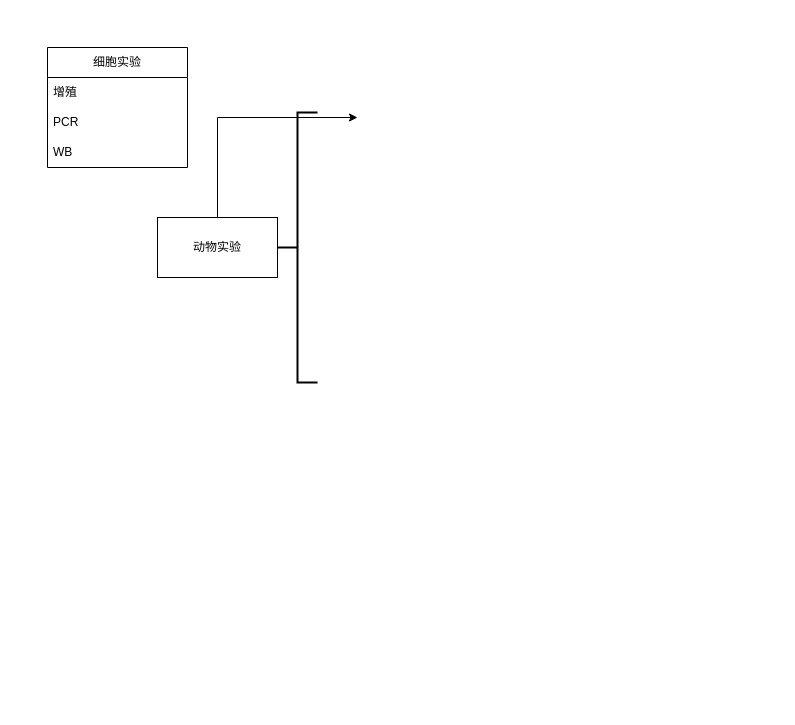
Above: ELF3技术路线.drawio in doctorchenzx/ELF3-project (draw.io), before the change. Source tidied: cells renumbered, new cells numbered last; positions are measured from the earlier drawing's top-left corner, leaving out a move shared by most shapes. Both pictures are drawn from the tidied source at 100%, with x=0, y=0 at pixel (47, 47).
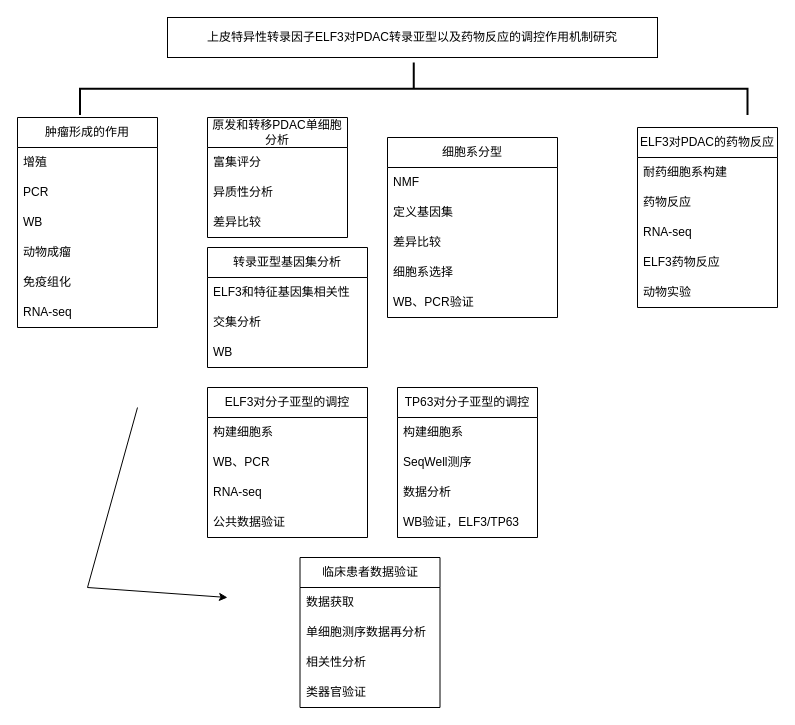
The same page after the edit.

Commit message:
更新ELF3技术路线.drawio

The edit, as a diff of the source:
```diff
@@
-    <mxCell id="2" value="动物实验" style="rounded=0;whiteSpace=wrap;html=1;" parent="1" vertex="1">
-      <mxGeometry x="110" y="170" width="120" height="60" as="geometry" />
+    <mxCell id="2" value="上皮特异性转录因子ELF3对PDAC转录亚型以及药物反应的调控作用机制研究" style="rounded=0;whiteSpace=wrap;html=1;" parent="1" vertex="1">
+      <mxGeometry x="120" y="-30" width="490" height="40" as="geometry" />
     </mxCell>
-    <mxCell id="3" style="endArrow=classic;html=1;rounded=0;exitX=0.5;exitY=0;exitDx=0;exitDy=0;" parent="1" edge="1" source="2">
+    <mxCell id="3" style="endArrow=classic;html=1;rounded=0;" parent="1" edge="1">
       <mxGeometry relative="1" as="geometry">
-        <mxPoint x="310" y="70" as="targetPoint" />
+        <mxPoint x="90" y="360" as="sourcePoint" />
+        <mxPoint x="180" y="550" as="targetPoint" />
         <Array as="points">
-          <mxPoint x="170" y="70" />
+          <mxPoint x="40" y="540" />
         </Array>
       </mxGeometry>
     </mxCell>
-    <mxCell id="4" value="细胞实验" style="swimlane;fontStyle=0;horizontal=1;startSize=30;whiteSpace=wrap;html=1;" parent="1" vertex="1">
-      <mxGeometry width="140" height="120" as="geometry" />
+    <mxCell id="4" value="肿瘤形成的作用" style="swimlane;fontStyle=0;horizontal=1;startSize=30;whiteSpace=wrap;html=1;" parent="1" vertex="1">
+      <mxGeometry x="-30" y="70" width="140" height="210" as="geometry" />
     </mxCell>
@@
+    <mxCell id="9" value="动物成瘤" style="text;strokeColor=none;fillColor=none;align=left;verticalAlign=middle;spacingLeft=4;spacingRight=4;overflow=hidden;whiteSpace=wrap;html=1;" parent="4" vertex="1">
+      <mxGeometry y="120" width="140" height="30" as="geometry" />
+    </mxCell>
+    <mxCell id="10" value="免疫组化" style="text;strokeColor=none;fillColor=none;align=left;verticalAlign=middle;spacingLeft=4;spacingRight=4;overflow=hidden;whiteSpace=wrap;html=1;" parent="4" vertex="1">
+      <mxGeometry y="150" width="140" height="30" as="geometry" />
+    </mxCell>
+    <mxCell id="11" value="RNA-seq" style="text;strokeColor=none;fillColor=none;align=left;verticalAlign=middle;spacingLeft=4;spacingRight=4;overflow=hidden;whiteSpace=wrap;html=1;" parent="4" vertex="1">
+      <mxGeometry y="180" width="140" height="30" as="geometry" />
+    </mxCell>
-    <mxCell id="8" style="strokeWidth=2;html=1;shape=mxgraph.flowchart.annotation_2;align=left;labelPosition=right;" parent="1" vertex="1">
-      <mxGeometry x="230" y="65" width="40" height="270" as="geometry" />
+    <mxCell id="8" style="strokeWidth=2;html=1;shape=mxgraph.flowchart.annotation_2;align=left;labelPosition=right;rotation=90;" parent="1" vertex="1">
+      <mxGeometry x="340" y="-292.5" width="52.5" height="667.5" as="geometry" />
     </mxCell>
+    <mxCell id="12" value="转录亚型基因集分析" style="swimlane;fontStyle=0;horizontal=1;startSize=30;whiteSpace=wrap;html=1;" parent="1" vertex="1">
+      <mxGeometry x="160" y="200" width="160" height="120" as="geometry" />
+    </mxCell>
+    <mxCell id="13" value="ELF3和特征基因集相关性" style="text;strokeColor=none;fillColor=none;align=left;verticalAlign=middle;spacingLeft=4;spacingRight=4;overflow=hidden;whiteSpace=wrap;html=1;" parent="12" vertex="1">
+      <mxGeometry y="30" width="160" height="30" as="geometry" />
+    </mxCell>
+    <mxCell id="14" value="交集分析" style="text;strokeColor=none;fillColor=none;align=left;verticalAlign=middle;spacingLeft=4;spacingRight=4;overflow=hidden;whiteSpace=wrap;html=1;" parent="12" vertex="1">
+      <mxGeometry y="60" width="160" height="30" as="geometry" />
+    </mxCell>
+    <mxCell id="15" value="WB" style="text;strokeColor=none;fillColor=none;align=left;verticalAlign=middle;spacingLeft=4;spacingRight=4;overflow=hidden;whiteSpace=wrap;html=1;" parent="12" vertex="1">
+      <mxGeometry y="90" width="160" height="30" as="geometry" />
+    </mxCell>
+    <mxCell id="16" value="ELF3对PDAC的药物反应" style="swimlane;fontStyle=0;horizontal=1;startSize=30;whiteSpace=wrap;html=1;" parent="1" vertex="1">
+      <mxGeometry x="590" y="80" width="140" height="180" as="geometry" />
+    </mxCell>
+    <mxCell id="17" value="&lt;div&gt;&lt;span style=&quot;background-color: transparent; color: light-dark(rgb(0, 0, 0), rgb(255, 255, 255));&quot;&gt;耐药细胞系构建&lt;/span&gt;&lt;/div&gt;" style="text;strokeColor=none;fillColor=none;align=left;verticalAlign=middle;spacingLeft=4;spacingRight=4;overflow=hidden;whiteSpace=wrap;html=1;" parent="16" vertex="1">
+      <mxGeometry y="30" width="140" height="30" as="geometry" />
+    </mxCell>
+    <mxCell id="18" value="药物反应" style="text;strokeColor=none;fillColor=none;align=left;verticalAlign=middle;spacingLeft=4;spacingRight=4;overflow=hidden;whiteSpace=wrap;html=1;" parent="16" vertex="1">
+      <mxGeometry y="60" width="140" height="30" as="geometry" />
+    </mxCell>
+    <mxCell id="19" value="RNA-seq" style="text;strokeColor=none;fillColor=none;align=left;verticalAlign=middle;spacingLeft=4;spacingRight=4;overflow=hidden;whiteSpace=wrap;html=1;" parent="16" vertex="1">
+      <mxGeometry y="90" width="140" height="30" as="geometry" />
+    </mxCell>
+    <mxCell id="20" value="ELF3药物反应" style="text;strokeColor=none;fillColor=none;align=left;verticalAlign=middle;spacingLeft=4;spacingRight=4;overflow=hidden;whiteSpace=wrap;html=1;" parent="16" vertex="1">
+      <mxGeometry y="120" width="140" height="30" as="geometry" />
+    </mxCell>
+    <mxCell id="21" value="动物实验" style="text;strokeColor=none;fillColor=none;align=left;verticalAlign=middle;spacingLeft=4;spacingRight=4;overflow=hidden;whiteSpace=wrap;html=1;" parent="16" vertex="1">
+      <mxGeometry y="150" width="140" height="30" as="geometry" />
+    </mxCell>
+    <mxCell id="22" value="细胞系分型" style="swimlane;fontStyle=0;horizontal=1;startSize=30;whiteSpace=wrap;html=1;" parent="1" vertex="1">
+      <mxGeometry x="340" y="90" width="170" height="180" as="geometry" />
+    </mxCell>
+    <mxCell id="23" value="NMF" style="text;strokeColor=none;fillColor=none;align=left;verticalAlign=middle;spacingLeft=4;spacingRight=4;overflow=hidden;whiteSpace=wrap;html=1;" parent="22" vertex="1">
+      <mxGeometry y="30" width="170" height="30" as="geometry" />
+    </mxCell>
+    <mxCell id="24" value="定义基因集" style="text;strokeColor=none;fillColor=none;align=left;verticalAlign=middle;spacingLeft=4;spacingRight=4;overflow=hidden;whiteSpace=wrap;html=1;" parent="22" vertex="1">
+      <mxGeometry y="60" width="170" height="30" as="geometry" />
+    </mxCell>
+    <mxCell id="25" value="差异比较" style="text;strokeColor=none;fillColor=none;align=left;verticalAlign=middle;spacingLeft=4;spacingRight=4;overflow=hidden;whiteSpace=wrap;html=1;" parent="22" vertex="1">
+      <mxGeometry y="90" width="170" height="30" as="geometry" />
+    </mxCell>
+    <mxCell id="26" value="细胞系选择" style="text;strokeColor=none;fillColor=none;align=left;verticalAlign=middle;spacingLeft=4;spacingRight=4;overflow=hidden;whiteSpace=wrap;html=1;" parent="22" vertex="1">
+      <mxGeometry y="120" width="170" height="30" as="geometry" />
+    </mxCell>
+    <mxCell id="27" value="WB、PCR验证" style="text;strokeColor=none;fillColor=none;align=left;verticalAlign=middle;spacingLeft=4;spacingRight=4;overflow=hidden;whiteSpace=wrap;html=1;" parent="22" vertex="1">
+      <mxGeometry y="150" width="170" height="30" as="geometry" />
+    </mxCell>
+    <mxCell id="28" value="TP63对分子亚型的调控" style="swimlane;fontStyle=0;horizontal=1;startSize=30;whiteSpace=wrap;html=1;" parent="1" vertex="1">
+      <mxGeometry x="350" y="340" width="140" height="150" as="geometry" />
+    </mxCell>
+    <mxCell id="29" value="构建细胞系" style="text;strokeColor=none;fillColor=none;align=left;verticalAlign=middle;spacingLeft=4;spacingRight=4;overflow=hidden;whiteSpace=wrap;html=1;" parent="28" vertex="1">
+      <mxGeometry y="30" width="140" height="30" as="geometry" />
+    </mxCell>
+    <mxCell id="30" value="SeqWell测序" style="text;strokeColor=none;fillColor=none;align=left;verticalAlign=middle;spacingLeft=4;spacingRight=4;overflow=hidden;whiteSpace=wrap;html=1;" parent="28" vertex="1">
+      <mxGeometry y="60" width="140" height="30" as="geometry" />
+    </mxCell>
+    <mxCell id="31" value="数据分析" style="text;strokeColor=none;fillColor=none;align=left;verticalAlign=middle;spacingLeft=4;spacingRight=4;overflow=hidden;whiteSpace=wrap;html=1;" parent="28" vertex="1">
+      <mxGeometry y="90" width="140" height="30" as="geometry" />
+    </mxCell>
+    <mxCell id="32" value="WB验证，ELF3/TP63" style="text;strokeColor=none;fillColor=none;align=left;verticalAlign=middle;spacingLeft=4;spacingRight=4;overflow=hidden;whiteSpace=wrap;html=1;" parent="28" vertex="1">
+      <mxGeometry y="120" width="140" height="30" as="geometry" />
+    </mxCell>
+    <mxCell id="33" value="临床患者数据验证" style="swimlane;fontStyle=0;horizontal=1;startSize=30;whiteSpace=wrap;html=1;" parent="1" vertex="1">
+      <mxGeometry x="252.5" y="510" width="140" height="150" as="geometry" />
+    </mxCell>
+    <mxCell id="34" value="数据获取" style="text;strokeColor=none;fillColor=none;align=left;verticalAlign=middle;spacingLeft=4;spacingRight=4;overflow=hidden;whiteSpace=wrap;html=1;" parent="33" vertex="1">
+      <mxGeometry y="30" width="140" height="30" as="geometry" />
+    </mxCell>
+    <mxCell id="35" value="单细胞测序数据再分析" style="text;strokeColor=none;fillColor=none;align=left;verticalAlign=middle;spacingLeft=4;spacingRight=4;overflow=hidden;whiteSpace=wrap;html=1;" parent="33" vertex="1">
+      <mxGeometry y="60" width="140" height="30" as="geometry" />
+    </mxCell>
+    <mxCell id="36" value="相关性分析" style="text;strokeColor=none;fillColor=none;align=left;verticalAlign=middle;spacingLeft=4;spacingRight=4;overflow=hidden;whiteSpace=wrap;html=1;" parent="33" vertex="1">
+      <mxGeometry y="90" width="140" height="30" as="geometry" />
+    </mxCell>
+    <mxCell id="37" value="类器官验证" style="text;strokeColor=none;fillColor=none;align=left;verticalAlign=middle;spacingLeft=4;spacingRight=4;overflow=hidden;whiteSpace=wrap;html=1;" parent="33" vertex="1">
+      <mxGeometry y="120" width="140" height="30" as="geometry" />
+    </mxCell>
+    <mxCell id="38" value="原发和转移PDAC单细胞分析" style="swimlane;fontStyle=0;horizontal=1;startSize=30;whiteSpace=wrap;html=1;" parent="1" vertex="1">
+      <mxGeometry x="160" y="70" width="140" height="120" as="geometry" />
+    </mxCell>
+    <mxCell id="39" value="&lt;div&gt;&lt;span style=&quot;background-color: transparent; color: light-dark(rgb(0, 0, 0), rgb(255, 255, 255));&quot;&gt;富集评分&lt;/span&gt;&lt;/div&gt;" style="text;strokeColor=none;fillColor=none;align=left;verticalAlign=middle;spacingLeft=4;spacingRight=4;overflow=hidden;whiteSpace=wrap;html=1;" parent="38" vertex="1">
+      <mxGeometry y="30" width="140" height="30" as="geometry" />
+    </mxCell>
+    <mxCell id="40" value="异质性分析" style="text;strokeColor=none;fillColor=none;align=left;verticalAlign=middle;spacingLeft=4;spacingRight=4;overflow=hidden;whiteSpace=wrap;html=1;" parent="38" vertex="1">
+      <mxGeometry y="60" width="140" height="30" as="geometry" />
+    </mxCell>
+    <mxCell id="41" value="差异比较" style="text;strokeColor=none;fillColor=none;align=left;verticalAlign=middle;spacingLeft=4;spacingRight=4;overflow=hidden;whiteSpace=wrap;html=1;" parent="38" vertex="1">
+      <mxGeometry y="90" width="140" height="30" as="geometry" />
+    </mxCell>
+    <mxCell id="42" value="ELF3对分子亚型的调控" style="swimlane;fontStyle=0;horizontal=1;startSize=30;whiteSpace=wrap;html=1;" parent="1" vertex="1">
+      <mxGeometry x="160" y="340" width="160" height="150" as="geometry" />
+    </mxCell>
+    <mxCell id="43" value="构建细胞系" style="text;strokeColor=none;fillColor=none;align=left;verticalAlign=middle;spacingLeft=4;spacingRight=4;overflow=hidden;whiteSpace=wrap;html=1;" parent="42" vertex="1">
+      <mxGeometry y="30" width="160" height="30" as="geometry" />
+    </mxCell>
+    <mxCell id="44" value="WB、PCR" style="text;strokeColor=none;fillColor=none;align=left;verticalAlign=middle;spacingLeft=4;spacingRight=4;overflow=hidden;whiteSpace=wrap;html=1;" parent="42" vertex="1">
+      <mxGeometry y="60" width="160" height="30" as="geometry" />
+    </mxCell>
+    <mxCell id="45" value="RNA-seq" style="text;strokeColor=none;fillColor=none;align=left;verticalAlign=middle;spacingLeft=4;spacingRight=4;overflow=hidden;whiteSpace=wrap;html=1;" parent="42" vertex="1">
+      <mxGeometry y="90" width="160" height="30" as="geometry" />
+    </mxCell>
+    <mxCell id="46" value="公共数据验证" style="text;strokeColor=none;fillColor=none;align=left;verticalAlign=middle;spacingLeft=4;spacingRight=4;overflow=hidden;whiteSpace=wrap;html=1;" parent="42" vertex="1">
+      <mxGeometry y="120" width="160" height="30" as="geometry" />
+    </mxCell>
```
